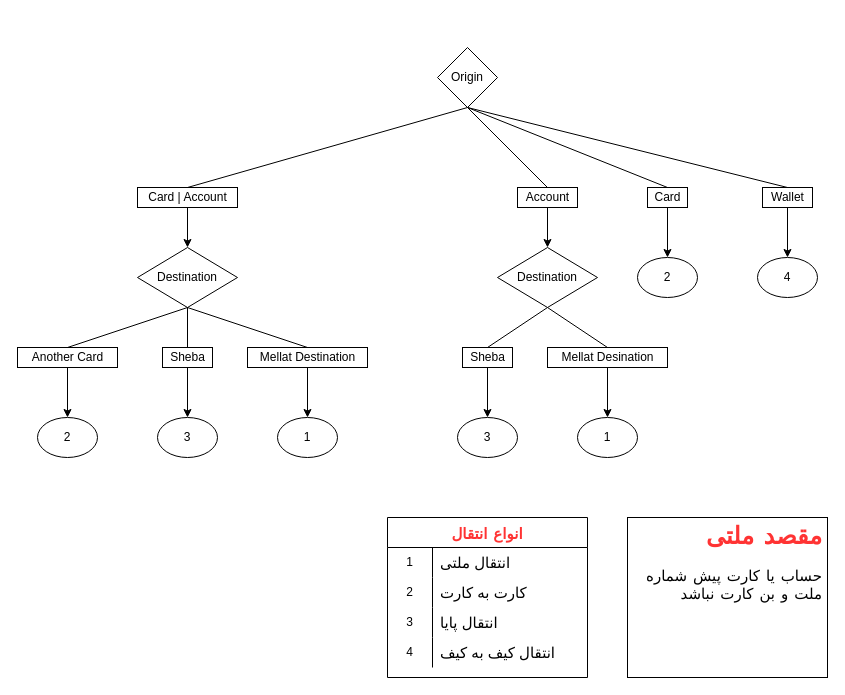
Before: graphs/transaction.drawio in mohseninasab/personal_graph, a draw.io diagram. Source tidied: cells renumbered, new cells numbered last; positions are measured from the earlier drawing's top-left corner, leaving out a move shared by most shapes. Both pictures are drawn from the tidied source at 100%, with x=0, y=0 at pixel (17, 47).
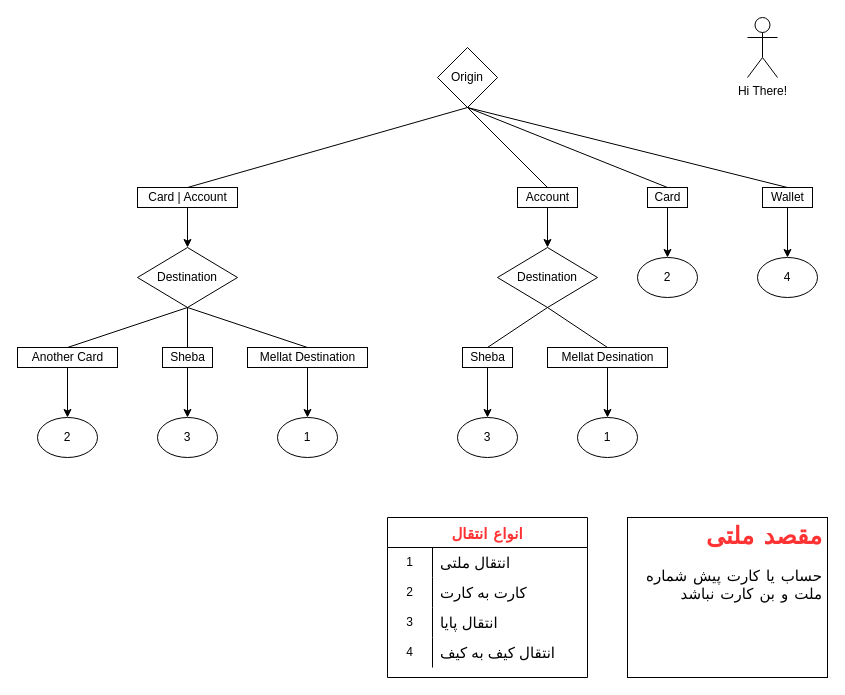
The same diagram, later.

Change to the diagram source:
```diff
@@
+    <mxCell id="53" value="Hi There!" style="shape=umlActor;verticalLabelPosition=bottom;verticalAlign=top;html=1;" parent="1" vertex="1">
+      <mxGeometry x="730" y="-30" width="30" height="60" as="geometry" />
+    </mxCell>
```
